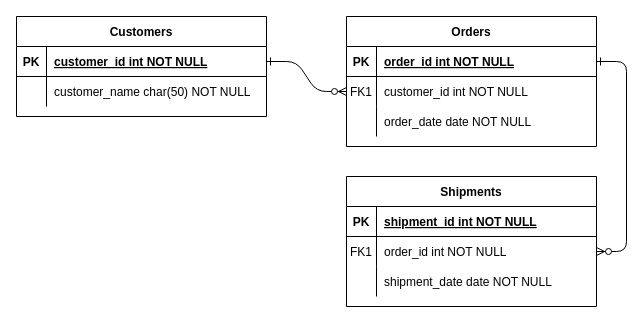
Before: Untitled Diagram.drawio in imonem/bugblitz, a draw.io diagram. Source tidied: cells renumbered, new cells numbered last; positions are measured from the earlier drawing's top-left corner, leaving out a move shared by most shapes. Both pictures are drawn from the tidied source at 100%, with x=0, y=0 at pixel (16, 16).
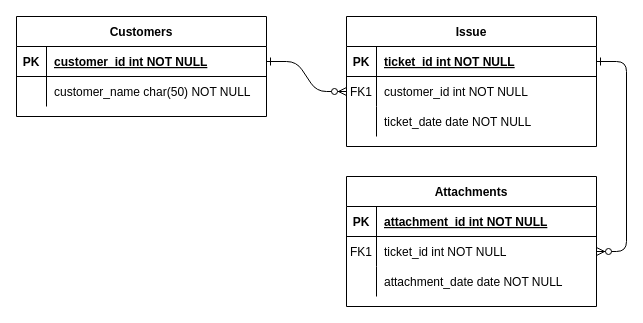
The same diagram, later.

Unchanged cells that the change refers to:
```xml
<mxCell id="5" style="shape=partialRectangle;fillColor=none;points=[[0,0.5],[1,0.5]];portConstraint=eastwest;top=0;left=0;right=0;bottom=1;" parent="4" vertex="1">
  <mxGeometry y="30" width="250" height="30" as="geometry" />
</mxCell>
<mxCell id="11" style="shape=partialRectangle;fillColor=none;top=0;left=0;right=0;bottom=0;" parent="4" vertex="1">
  <mxGeometry y="90" width="250" height="30" as="geometry" />
</mxCell>
<mxCell id="15" style="shape=partialRectangle;fillColor=none;top=0;left=0;right=0;bottom=1;" parent="14" vertex="1">
  <mxGeometry y="30" width="250" height="30" as="geometry" />
</mxCell>
<mxCell id="18" style="shape=partialRectangle;fillColor=none;points=[[0,0.5],[1,0.5]];portConstraint=eastwest;top=0;left=0;right=0;bottom=0;" parent="14" vertex="1">
  <mxGeometry y="60" width="250" height="30" as="geometry" />
</mxCell>
<mxCell id="21" style="shape=partialRectangle;fillColor=none;top=0;left=0;right=0;bottom=0;" parent="14" vertex="1">
  <mxGeometry y="90" width="250" height="30" as="geometry" />
</mxCell>
```

Change to the diagram source:
```diff
@@
-    <mxCell id="4" value="Orders" style="shape=table;startSize=30;childLayout=tableLayout;rowLines=0;fontStyle=1;align=center;" parent="1" vertex="1">
+    <mxCell id="4" value="Issue" style="shape=table;startSize=30;childLayout=tableLayout;rowLines=0;fontStyle=1;align=center;" parent="1" vertex="1">
       <mxGeometry x="330" width="250" height="130" as="geometry" />
     </mxCell>
@@
-    <mxCell id="7" value="order_id int NOT NULL " style="shape=partialRectangle;overflow=hidden;fillColor=none;top=0;left=0;bottom=0;right=0;align=left;spacingLeft=6;fontStyle=5;" parent="5" vertex="1">
+    <mxCell id="7" value="ticket_id int NOT NULL " style="shape=partialRectangle;overflow=hidden;fillColor=none;top=0;left=0;bottom=0;right=0;align=left;spacingLeft=6;fontStyle=5;" parent="5" vertex="1">
       <mxGeometry x="30" width="220" height="30" as="geometry" />
     </mxCell>
@@
-    <mxCell id="13" value="order_date date NOT NULL" style="shape=partialRectangle;overflow=hidden;fillColor=none;top=0;left=0;bottom=0;right=0;align=left;spacingLeft=6;" parent="11" vertex="1">
+    <mxCell id="13" value="ticket_date date NOT NULL" style="shape=partialRectangle;overflow=hidden;fillColor=none;top=0;left=0;bottom=0;right=0;align=left;spacingLeft=6;" parent="11" vertex="1">
       <mxGeometry x="30" width="220" height="30" as="geometry" />
     </mxCell>
-    <mxCell id="14" value="Shipments" style="shape=table;startSize=30;childLayout=tableLayout;rowLines=0;fontStyle=1;align=center;" parent="1" vertex="1">
+    <mxCell id="14" value="Attachments" style="shape=table;startSize=30;childLayout=tableLayout;rowLines=0;fontStyle=1;align=center;" parent="1" vertex="1">
       <mxGeometry x="330" y="160" width="250" height="130" as="geometry" />
     </mxCell>
@@
-    <mxCell id="17" value="shipment_id int NOT NULL " style="shape=partialRectangle;overflow=hidden;fillColor=none;top=0;left=0;bottom=0;right=0;align=left;spacingLeft=6;fontStyle=5;" parent="15" vertex="1">
+    <mxCell id="17" value="attachment_id int NOT NULL " style="shape=partialRectangle;overflow=hidden;fillColor=none;top=0;left=0;bottom=0;right=0;align=left;spacingLeft=6;fontStyle=5;" parent="15" vertex="1">
       <mxGeometry x="30" width="220" height="30" as="geometry" />
     </mxCell>
@@
-    <mxCell id="20" value="order_id int NOT NULL" style="shape=partialRectangle;overflow=hidden;fillColor=none;top=0;left=0;bottom=0;right=0;align=left;spacingLeft=6;" parent="18" vertex="1">
+    <mxCell id="20" value="ticket_id int NOT NULL" style="shape=partialRectangle;overflow=hidden;fillColor=none;top=0;left=0;bottom=0;right=0;align=left;spacingLeft=6;" parent="18" vertex="1">
       <mxGeometry x="30" width="220" height="30" as="geometry" />
     </mxCell>
@@
-    <mxCell id="23" value="shipment_date date NOT NULL" style="shape=partialRectangle;overflow=hidden;fillColor=none;top=0;left=0;bottom=0;right=0;align=left;spacingLeft=6;" parent="21" vertex="1">
+    <mxCell id="23" value="attachment_date date NOT NULL" style="shape=partialRectangle;overflow=hidden;fillColor=none;top=0;left=0;bottom=0;right=0;align=left;spacingLeft=6;" parent="21" vertex="1">
       <mxGeometry x="30" width="220" height="30" as="geometry" />
     </mxCell>
```
